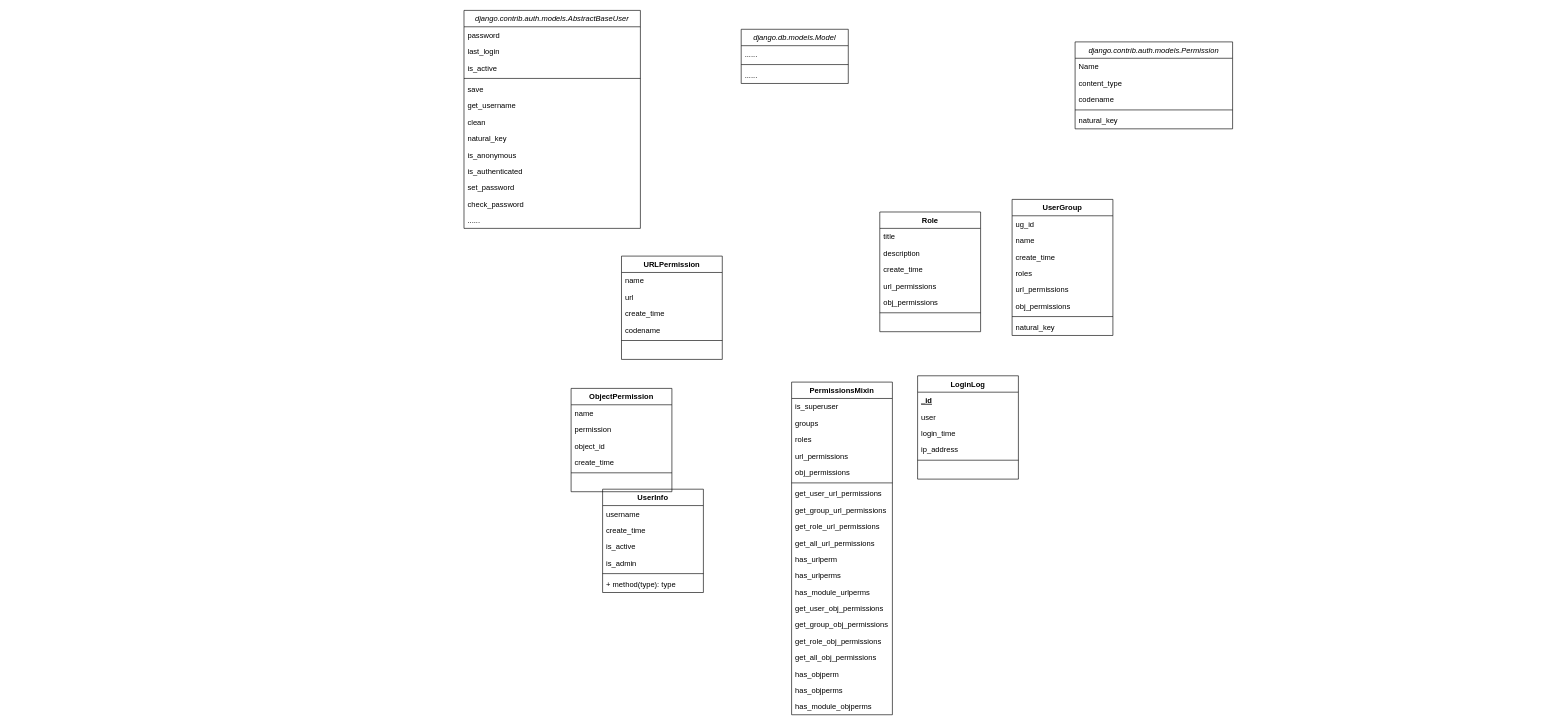
Before: HIS-RBAC-Models.drawio in YuanchenZhu2020/DrawIO, a draw.io diagram. Source tidied: cells renumbered, new cells numbered last; positions are measured from the earlier drawing's top-left corner, leaving out a move shared by most shapes. Both pictures are drawn from the tidied source at 63%, with x=0, y=0 at pixel (464, 10).
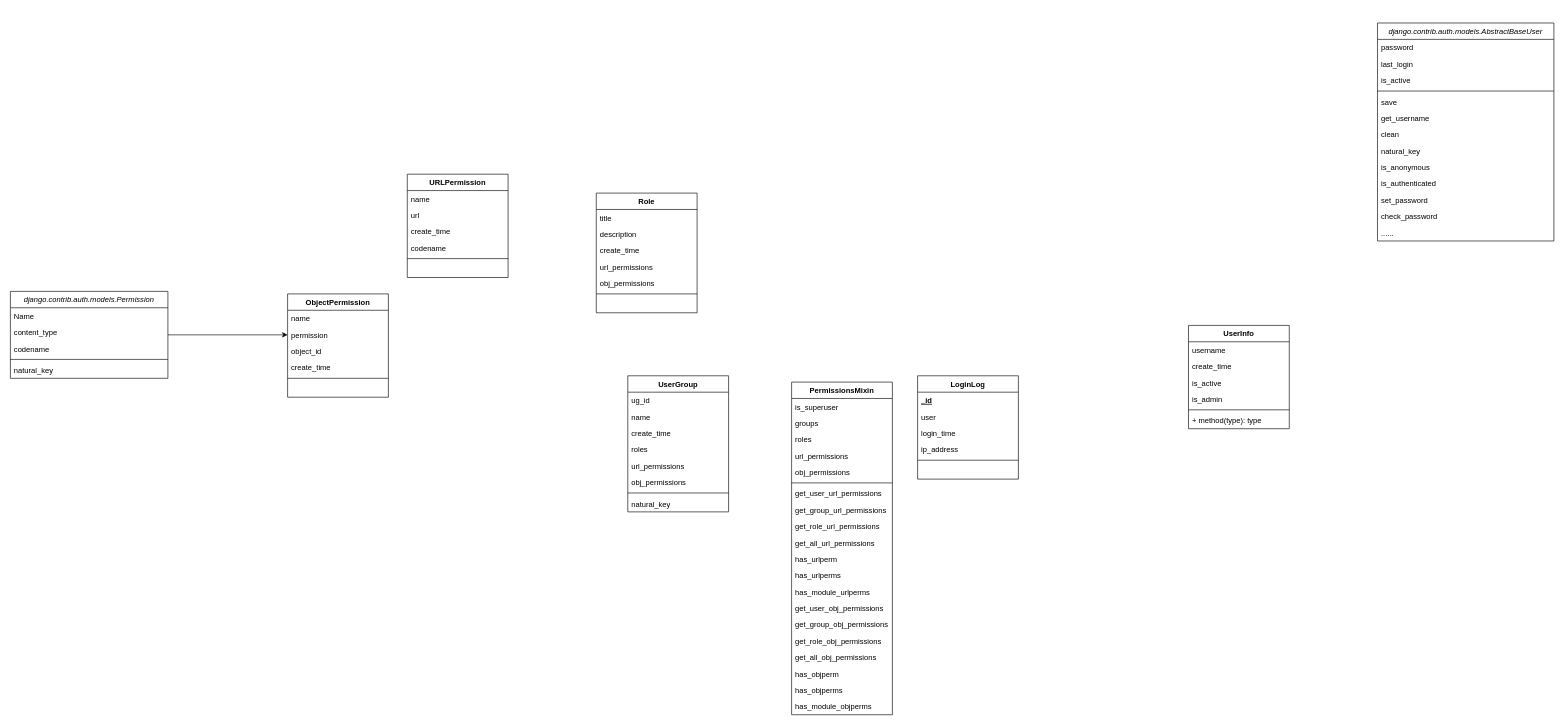
After the change.

Unchanged cells that the change refers to:
```xml
<mxCell id="87" value="permission" style="text;strokeColor=none;fillColor=none;align=left;verticalAlign=top;spacingLeft=4;spacingRight=4;overflow=hidden;points=[[0,0.5],[1,0.5]];portConstraint=eastwest;" parent="85" vertex="1">
  <mxGeometry y="52" width="160" height="26" as="geometry" />
</mxCell>
```

Change to the diagram source:
```diff
@@
-    <mxCell id="2" value="django.db.models.Model" style="swimlane;fontStyle=2;align=center;verticalAlign=top;horizontal=1;startSize=26;rounded=0;shadow=0;strokeWidth=1;" parent="1" vertex="1">
-      <mxGeometry x="440" y="30" width="170" height="86" as="geometry" />
-    </mxCell>
-    <mxCell id="3" value="......" style="text;align=left;verticalAlign=top;spacingLeft=4;spacingRight=4;overflow=hidden;" parent="2" vertex="1">
-      <mxGeometry y="26" width="170" height="26" as="geometry" />
-    </mxCell>
-    <mxCell id="4" style="line;html=1;strokeWidth=1;align=left;verticalAlign=middle;spacingTop=-1;spacingLeft=3;spacingRight=3;labelPosition=right;" parent="2" vertex="1">
-      <mxGeometry y="52" width="170" height="8" as="geometry" />
-    </mxCell>
-    <mxCell id="5" value="......" style="text;align=left;verticalAlign=top;spacingLeft=4;spacingRight=4;overflow=hidden;" parent="2" vertex="1">
-      <mxGeometry y="60" width="170" height="26" as="geometry" />
-    </mxCell>
     <mxCell id="6" value="django.contrib.auth.models.AbstractBaseUser" style="swimlane;fontStyle=2;align=center;verticalAlign=top;horizontal=1;startSize=26;rounded=0;shadow=0;strokeWidth=1;" parent="1" vertex="1">
-      <mxGeometry width="280" height="346" as="geometry" />
+      <mxGeometry x="1450" y="20" width="280" height="346" as="geometry" />
     </mxCell>
@@
+    <mxCell id="92" style="edgeStyle=orthogonalEdgeStyle;rounded=0;jettySize=auto;html=1;" parent="1" edge="1" source="20" target="87">
+      <mxGeometry relative="1" as="geometry" />
+    </mxCell>
     <mxCell id="20" value="django.contrib.auth.models.Permission" style="swimlane;fontStyle=2;align=center;verticalAlign=top;horizontal=1;startSize=26;rounded=0;shadow=0;strokeWidth=1;" parent="1" vertex="1">
-      <mxGeometry x="970" y="50" width="250" height="138" as="geometry" />
+      <mxGeometry x="-720" y="446" width="250" height="138" as="geometry" />
     </mxCell>
@@
     <mxCell id="33" value="URLPermission" style="swimlane;fontStyle=1;align=center;verticalAlign=top;horizontal=1;startSize=26;" parent="1" vertex="1">
-      <mxGeometry x="250" y="390" width="160" height="164" as="geometry" />
+      <mxGeometry x="-90" y="260" width="160" height="164" as="geometry" />
     </mxCell>
@@
     <mxCell id="40" value="Role" style="swimlane;fontStyle=1;align=center;verticalAlign=top;horizontal=1;startSize=26;" parent="1" vertex="1">
-      <mxGeometry x="660" y="320" width="160" height="190" as="geometry" />
+      <mxGeometry x="210" y="290" width="160" height="190" as="geometry" />
     </mxCell>
@@
     <mxCell id="48" value="UserGroup" style="swimlane;fontStyle=1;align=center;verticalAlign=top;horizontal=1;startSize=26;" parent="1" vertex="1">
-      <mxGeometry x="870" y="300" width="160" height="216" as="geometry" />
+      <mxGeometry x="260" y="580" width="160" height="216" as="geometry" />
     </mxCell>
@@
     <mxCell id="78" value="UserInfo" style="swimlane;fontStyle=1;align=center;verticalAlign=top;horizontal=1;startSize=26;" parent="1" vertex="1">
-      <mxGeometry x="220" y="760" width="160" height="164" as="geometry" />
+      <mxGeometry x="1150" y="500" width="160" height="164" as="geometry" />
     </mxCell>
@@
     <mxCell id="85" value="ObjectPermission" style="swimlane;fontStyle=1;align=center;verticalAlign=top;horizontal=1;startSize=26;" parent="1" vertex="1">
-      <mxGeometry x="170" y="600" width="160" height="164" as="geometry" />
+      <mxGeometry x="-280" y="450" width="160" height="164" as="geometry" />
     </mxCell>
```
